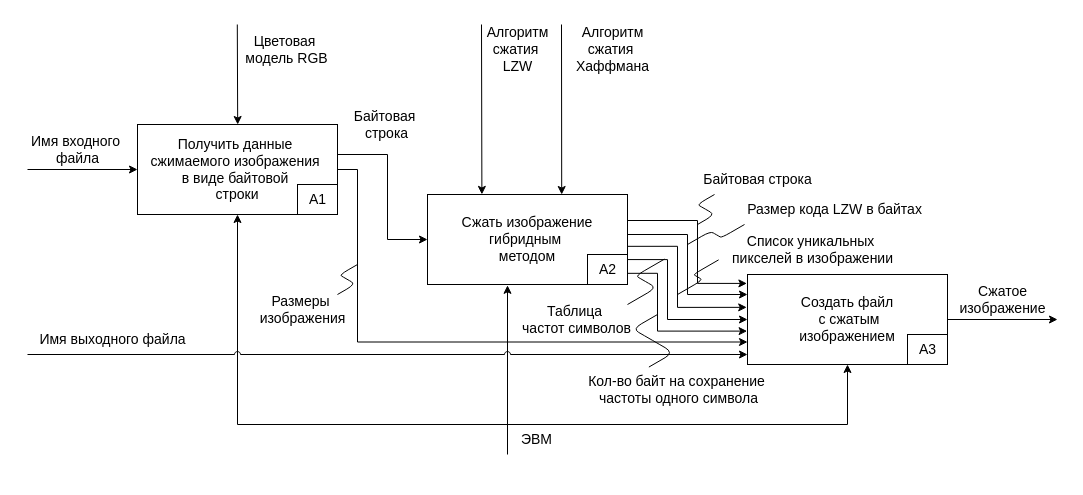
Earlier version of the draw.io diagram docs/schemes/idef0_a1.drawio (kovkir/bmstu-magistracy-diploma). Source tidied: cells renumbered, new cells numbered last; positions are measured from the earlier drawing's top-left corner, leaving out a move shared by most shapes. Both pictures are drawn from the tidied source at 100%, with x=0, y=0 at pixel (17, 19).
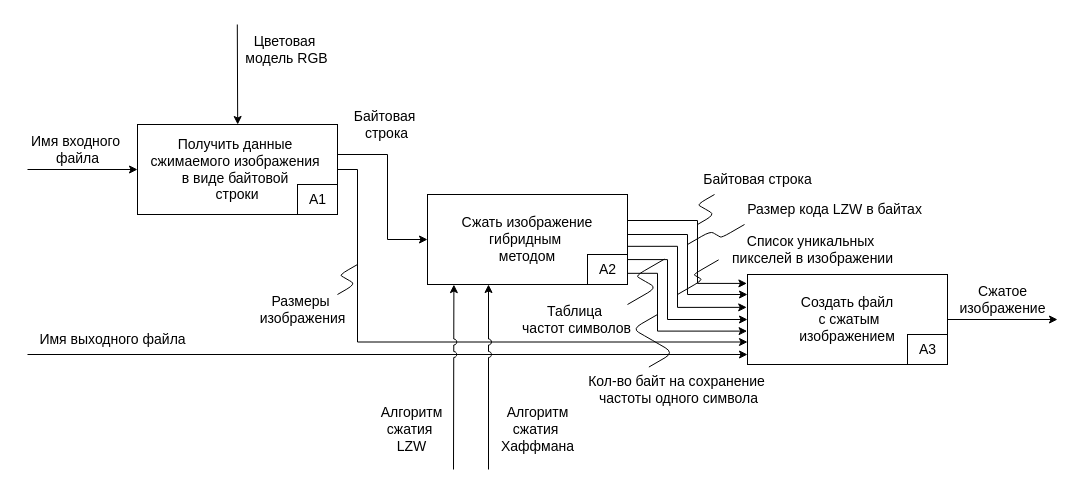
The same page after the edit.

Unchanged cells that the change refers to:
```xml
<mxCell id="6" value="&lt;span style=&quot;scrollbar-color: light-dark(#e2e2e2, #4b4b4b)&lt;br/&gt;&#9;&#9;&#9;&#9;&#9;light-dark(#fbfbfb, var(--dark-panel-color)); font-size: 14px;&quot;&gt;&lt;font style=&quot;color: rgb(0, 0, 0);&quot;&gt;Получить данные&amp;nbsp;&lt;/font&gt;&lt;/span&gt;&lt;div style=&quot;scrollbar-color: light-dark(#e2e2e2, #4b4b4b)&lt;br/&gt;&#9;&#9;&#9;&#9;&#9;light-dark(#fbfbfb, var(--dark-panel-color));&quot;&gt;&lt;font&gt;&lt;span style=&quot;scrollbar-color: light-dark(#e2e2e2, #4b4b4b)&lt;br/&gt;&#9;&#9;&#9;&#9;&#9;light-dark(#fbfbfb, var(--dark-panel-color)); font-size: 14px;&quot;&gt;&lt;font style=&quot;color: rgb(0, 0, 0);&quot;&gt;сжимаемого&amp;nbsp;&lt;/font&gt;&lt;/span&gt;&lt;span style=&quot;color: light-dark(rgb(0, 0, 0), rgb(237, 237, 237)); font-size: 14px; background-color: transparent;&quot;&gt;изображения&amp;nbsp;&lt;/span&gt;&lt;/font&gt;&lt;/div&gt;&lt;div style=&quot;scrollbar-color: light-dark(#e2e2e2, #4b4b4b)&lt;br/&gt;&#9;&#9;&#9;&#9;&#9;light-dark(#fbfbfb, var(--dark-panel-color));&quot;&gt;&lt;font&gt;&lt;span style=&quot;color: light-dark(rgb(0, 0, 0), rgb(237, 237, 237)); font-size: 14px; background-color: transparent;&quot;&gt;в виде&amp;nbsp;&lt;/span&gt;&lt;span style=&quot;background-color: transparent; scrollbar-color: light-dark(#e2e2e2, #4b4b4b)&lt;br/&gt;&#9;&#9;&#9;&#9;&#9;light-dark(#fbfbfb, var(--dark-panel-color)); font-size: 14px;&quot;&gt;&lt;font style=&quot;color: rgb(0, 0, 0);&quot;&gt;байтовой&amp;nbsp;&lt;/font&gt;&lt;/span&gt;&lt;/font&gt;&lt;/div&gt;&lt;div style=&quot;scrollbar-color: light-dark(#e2e2e2, #4b4b4b)&lt;br/&gt;&#9;&#9;&#9;&#9;&#9;light-dark(#fbfbfb, var(--dark-panel-color));&quot;&gt;&lt;span style=&quot;background-color: transparent; font-size: 14px;&quot;&gt;&lt;font style=&quot;color: rgb(0, 0, 0);&quot;&gt;строки&lt;/font&gt;&lt;/span&gt;&lt;/div&gt;" style="rounded=0;whiteSpace=wrap;html=1;" parent="1" vertex="1">
  <mxGeometry x="120" y="105" width="200" height="90" as="geometry" />
</mxCell>
<mxCell id="13" value="&lt;span style=&quot;font-size: 14px; background-color: transparent;&quot;&gt;&lt;font style=&quot;color: rgb(0, 0, 0);&quot;&gt;Сжать изображение гибридным&amp;nbsp;&lt;/font&gt;&lt;/span&gt;&lt;div&gt;&lt;span style=&quot;font-size: 14px; background-color: transparent;&quot;&gt;&lt;font style=&quot;color: rgb(0, 0, 0);&quot;&gt;методом&lt;/font&gt;&lt;/span&gt;&lt;/div&gt;" style="rounded=0;whiteSpace=wrap;html=1;" parent="1" vertex="1">
  <mxGeometry x="410" y="175" width="200" height="90" as="geometry" />
</mxCell>
<mxCell id="18" value="&lt;span style=&quot;font-size: 14px;&quot;&gt;&lt;font style=&quot;color: rgb(0, 0, 0);&quot;&gt;Создать файл&lt;br&gt;&amp;nbsp;с сжатым &lt;/font&gt;&lt;br&gt;&lt;font style=&quot;color: rgb(0, 0, 0);&quot;&gt;изображением&lt;/font&gt;&lt;/span&gt;" style="rounded=0;whiteSpace=wrap;html=1;" parent="1" vertex="1">
  <mxGeometry x="730" y="255" width="200" height="90" as="geometry" />
</mxCell>
```

The edit, as a diff of the source:
```diff
@@
-    <mxCell id="4" style="edgeStyle=orthogonalEdgeStyle;html=1;fontSize=14;entryX=0.5;entryY=1;entryDx=0;entryDy=0;rounded=0;jumpStyle=arc;" parent="1" edge="1" target="6">
-      <mxGeometry relative="1" as="geometry">
-        <mxPoint x="490" y="405" as="sourcePoint" />
-        <Array as="points">
-          <mxPoint x="490" y="405" />
-          <mxPoint x="220" y="405" />
-        </Array>
-      </mxGeometry>
-    </mxCell>
@@
-    <mxCell id="9" value="ЭВМ" style="text;html=1;align=center;verticalAlign=middle;strokeColor=none;fillColor=none;fontSize=14;" parent="1" vertex="1">
-      <mxGeometry x="494" y="405" width="50" height="30" as="geometry" />
-    </mxCell>
@@
-    <mxCell id="15" style="edgeStyle=orthogonalEdgeStyle;rounded=0;jumpStyle=arc;html=1;entryX=0.4;entryY=1.009;entryDx=0;entryDy=0;fontSize=14;entryPerimeter=0;" parent="1" edge="1" target="13">
-      <mxGeometry relative="1" as="geometry">
-        <mxPoint x="490" y="425" as="sourcePoint" />
-        <Array as="points">
-          <mxPoint x="490" y="425" />
-        </Array>
-      </mxGeometry>
-    </mxCell>
@@
-    <mxCell id="17" style="edgeStyle=orthogonalEdgeStyle;rounded=0;jumpStyle=arc;html=1;fontSize=14;entryX=0.5;entryY=1;entryDx=0;entryDy=0;" parent="1" edge="1" target="18">
-      <mxGeometry relative="1" as="geometry">
-        <mxPoint x="490" y="435" as="sourcePoint" />
-        <Array as="points">
-          <mxPoint x="490" y="405" />
-          <mxPoint x="830" y="405" />
-        </Array>
-      </mxGeometry>
-    </mxCell>
@@
-    <mxCell id="28" style="edgeStyle=none;html=1;fontSize=14;entryX=0.352;entryY=0;entryDx=0;entryDy=0;entryPerimeter=0;" parent="1" edge="1">
-      <mxGeometry relative="1" as="geometry">
-        <mxPoint x="464" y="5" as="sourcePoint" />
-        <mxPoint x="464.4" y="174.9" as="targetPoint" />
-      </mxGeometry>
-    </mxCell>
-    <mxCell id="29" style="edgeStyle=none;html=1;fontSize=14;entryX=0.651;entryY=0.001;entryDx=0;entryDy=0;entryPerimeter=0;" parent="1" edge="1">
-      <mxGeometry relative="1" as="geometry">
-        <mxPoint x="544" y="5" as="sourcePoint" />
-        <mxPoint x="544.2" y="175" as="targetPoint" />
-      </mxGeometry>
-    </mxCell>
-    <mxCell id="30" value="Алгоритм &lt;br&gt;сжатия&amp;nbsp;&lt;div&gt;&lt;font style=&quot;color: rgb(0, 0, 0);&quot;&gt;LZW&lt;/font&gt;&lt;/div&gt;" style="text;html=1;align=center;verticalAlign=middle;strokeColor=none;fillColor=none;fontSize=14;" parent="1" vertex="1">
-      <mxGeometry x="455" width="90" height="60" as="geometry" />
-    </mxCell>
-    <mxCell id="31" value="Алгоритм&lt;br&gt;сжатия&amp;nbsp;&lt;div&gt;&lt;font style=&quot;color: rgb(0, 0, 0);&quot;&gt;Хаффмана&lt;/font&gt;&lt;/div&gt;" style="text;html=1;align=center;verticalAlign=middle;strokeColor=none;fillColor=none;fontSize=14;" parent="1" vertex="1">
-      <mxGeometry x="545" width="100" height="60" as="geometry" />
-    </mxCell>
@@
+    <mxCell id="44" style="edgeStyle=none;html=1;fontSize=14;endArrow=none;endFill=0;startArrow=classic;startFill=1;exitX=0.132;exitY=1.001;exitDx=0;exitDy=0;exitPerimeter=0;jumpStyle=arc;" parent="1" edge="1" source="13">
+      <mxGeometry relative="1" as="geometry">
+        <mxPoint x="436" y="450" as="targetPoint" />
+      </mxGeometry>
+    </mxCell>
+    <mxCell id="45" style="edgeStyle=none;html=1;fontSize=14;startArrow=classic;startFill=1;endArrow=none;endFill=0;exitX=0.25;exitY=1;exitDx=0;exitDy=0;jumpStyle=arc;" parent="1" edge="1">
+      <mxGeometry relative="1" as="geometry">
+        <mxPoint x="471" y="265" as="sourcePoint" />
+        <mxPoint x="471" y="450" as="targetPoint" />
+      </mxGeometry>
+    </mxCell>
+    <mxCell id="30" value="Алгоритм &lt;br&gt;сжатия&amp;nbsp;&lt;div&gt;&lt;font style=&quot;color: rgb(0, 0, 0);&quot;&gt;LZW&lt;/font&gt;&lt;/div&gt;" style="text;html=1;align=center;verticalAlign=middle;strokeColor=none;fillColor=none;fontSize=14;" parent="1" vertex="1">
+      <mxGeometry x="349" y="380" width="90" height="60" as="geometry" />
+    </mxCell>
+    <mxCell id="31" value="Алгоритм&lt;br&gt;сжатия&amp;nbsp;&lt;div&gt;&lt;font style=&quot;color: rgb(0, 0, 0);&quot;&gt;Хаффмана&lt;/font&gt;&lt;/div&gt;" style="text;html=1;align=center;verticalAlign=middle;strokeColor=none;fillColor=none;fontSize=14;" parent="1" vertex="1">
+      <mxGeometry x="470" y="380" width="100" height="60" as="geometry" />
+    </mxCell>
```
